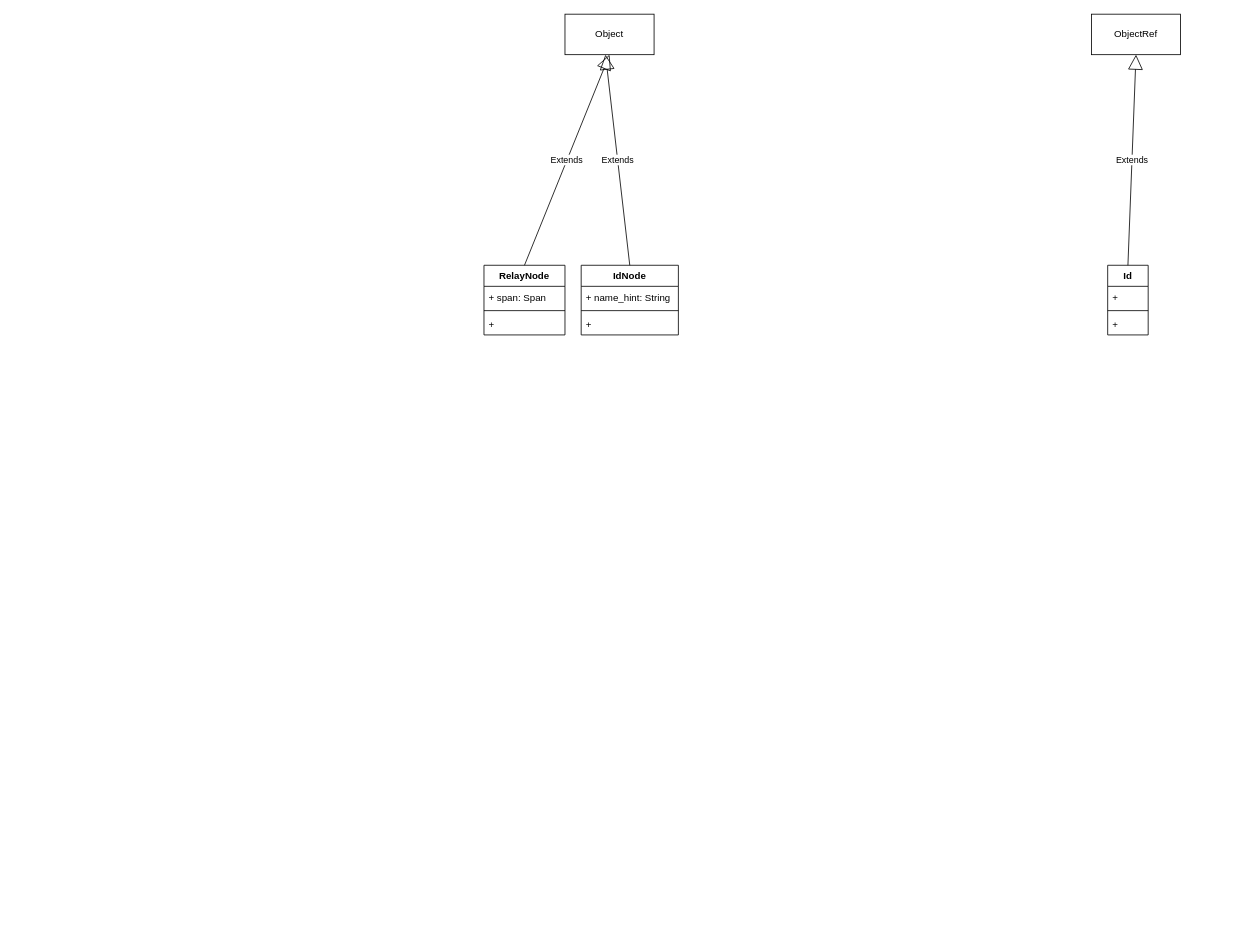
Earlier version of the draw.io diagram page "base" (2 of 2) of relay.drawio (gdhzyz/draws). Source tidied: cells renumbered, new cells numbered last; positions are measured from the earlier drawing's top-left corner, leaving out a move shared by most shapes. Both pictures are drawn from the tidied source at 81%, with x=0, y=0 at pixel (484, 14).
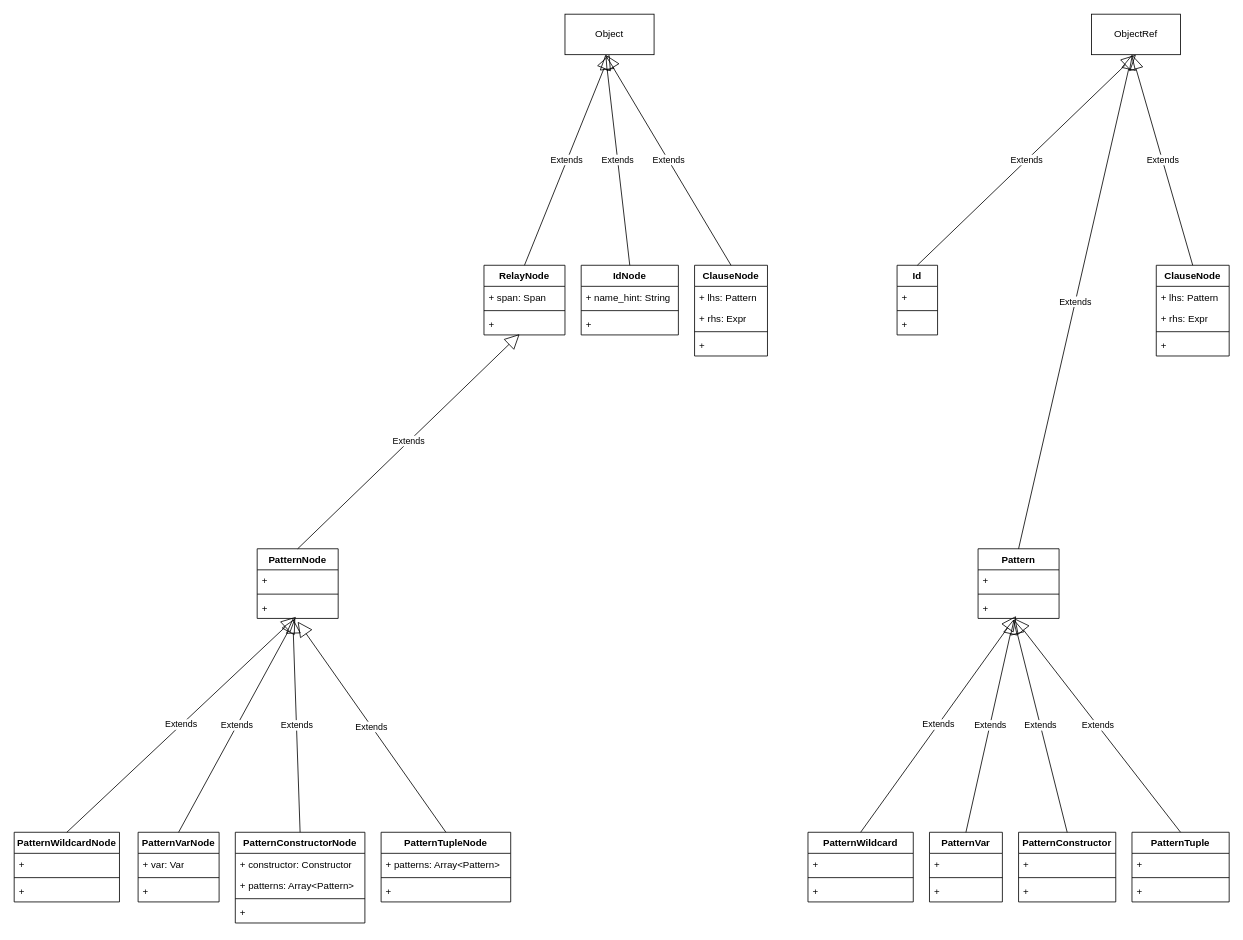
Above is the later version.

The change refers to these unchanged cells:
```xml
<mxCell id="6" value="+&amp;nbsp;" style="text;strokeColor=none;fillColor=none;align=left;verticalAlign=top;spacingLeft=4;spacingRight=4;overflow=hidden;points=[[0,0.5],[1,0.5]];portConstraint=eastwest;whiteSpace=wrap;html=1;" parent="3" vertex="1">
  <mxGeometry y="60" width="100" height="26" as="geometry" />
</mxCell>
```

Diff of the diagram source:
```diff
@@
     <mxCell id="12" value="Id" style="swimlane;fontStyle=1;align=center;verticalAlign=top;horizontal=1;startSize=26;whiteSpace=wrap;html=1;" parent="1" vertex="1">
-      <mxGeometry x="770" y="310" width="50" height="86" as="geometry" />
+      <mxGeometry x="510" y="310" width="50" height="86" as="geometry" />
     </mxCell>
@@
+    <mxCell id="19" value="PatternNode" style="swimlane;fontStyle=1;align=center;verticalAlign=top;horizontal=1;startSize=26;whiteSpace=wrap;html=1;" parent="1" vertex="1">
+      <mxGeometry x="-280" y="660" width="100" height="86" as="geometry" />
+    </mxCell>
+    <mxCell id="20" value="+&amp;nbsp;" style="text;strokeColor=none;fillColor=none;align=left;verticalAlign=top;spacingLeft=4;spacingRight=4;overflow=hidden;whiteSpace=wrap;html=1;" parent="19" vertex="1">
+      <mxGeometry y="26" width="100" height="26" as="geometry" />
+    </mxCell>
+    <mxCell id="21" style="line;strokeWidth=1;fillColor=none;align=left;verticalAlign=middle;spacingTop=-1;spacingLeft=3;spacingRight=3;labelPosition=right;strokeColor=inherit;" parent="19" vertex="1">
+      <mxGeometry y="52" width="100" height="8" as="geometry" />
+    </mxCell>
+    <mxCell id="22" value="+&amp;nbsp;" style="text;strokeColor=none;fillColor=none;align=left;verticalAlign=top;spacingLeft=4;spacingRight=4;overflow=hidden;points=[[0,0.5],[1,0.5]];portConstraint=eastwest;whiteSpace=wrap;html=1;" parent="19" vertex="1">
+      <mxGeometry y="60" width="100" height="26" as="geometry" />
+    </mxCell>
+    <mxCell id="23" value="Pattern" style="swimlane;fontStyle=1;align=center;verticalAlign=top;horizontal=1;startSize=26;whiteSpace=wrap;html=1;" parent="1" vertex="1">
+      <mxGeometry x="610" y="660" width="100" height="86" as="geometry" />
+    </mxCell>
+    <mxCell id="24" value="+&amp;nbsp;" style="text;strokeColor=none;fillColor=none;align=left;verticalAlign=top;spacingLeft=4;spacingRight=4;overflow=hidden;whiteSpace=wrap;html=1;" parent="23" vertex="1">
+      <mxGeometry y="26" width="100" height="26" as="geometry" />
+    </mxCell>
+    <mxCell id="25" style="line;strokeWidth=1;fillColor=none;align=left;verticalAlign=middle;spacingTop=-1;spacingLeft=3;spacingRight=3;labelPosition=right;strokeColor=inherit;" parent="23" vertex="1">
+      <mxGeometry y="52" width="100" height="8" as="geometry" />
+    </mxCell>
+    <mxCell id="26" value="+&amp;nbsp;" style="text;strokeColor=none;fillColor=none;align=left;verticalAlign=top;spacingLeft=4;spacingRight=4;overflow=hidden;points=[[0,0.5],[1,0.5]];portConstraint=eastwest;whiteSpace=wrap;html=1;" parent="23" vertex="1">
+      <mxGeometry y="60" width="100" height="26" as="geometry" />
+    </mxCell>
+    <mxCell id="27" value="Extends" style="endArrow=block;endSize=16;endFill=0;html=1;rounded=0;exitX=0.5;exitY=0;exitDx=0;exitDy=0;entryX=0.44;entryY=0.962;entryDx=0;entryDy=0;entryPerimeter=0;" parent="1" edge="1" source="19" target="6">
+      <mxGeometry relative="1" as="geometry" />
+    </mxCell>
+    <mxCell id="28" value="Extends" style="endArrow=block;endSize=16;endFill=0;html=1;rounded=0;exitX=0.5;exitY=0;exitDx=0;exitDy=0;" parent="1" edge="1" source="23">
+      <mxGeometry relative="1" as="geometry">
+        <mxPoint x="800" y="50" as="targetPoint" />
+      </mxGeometry>
+    </mxCell>
+    <mxCell id="29" value="PatternWildcardNode" style="swimlane;fontStyle=1;align=center;verticalAlign=top;horizontal=1;startSize=26;whiteSpace=wrap;html=1;" parent="1" vertex="1">
+      <mxGeometry x="-580" y="1010" width="130" height="86" as="geometry" />
+    </mxCell>
+    <mxCell id="30" value="+&amp;nbsp;" style="text;strokeColor=none;fillColor=none;align=left;verticalAlign=top;spacingLeft=4;spacingRight=4;overflow=hidden;whiteSpace=wrap;html=1;" parent="29" vertex="1">
+      <mxGeometry y="26" width="130" height="26" as="geometry" />
+    </mxCell>
+    <mxCell id="31" style="line;strokeWidth=1;fillColor=none;align=left;verticalAlign=middle;spacingTop=-1;spacingLeft=3;spacingRight=3;labelPosition=right;strokeColor=inherit;" parent="29" vertex="1">
+      <mxGeometry y="52" width="130" height="8" as="geometry" />
+    </mxCell>
+    <mxCell id="32" value="+&amp;nbsp;" style="text;strokeColor=none;fillColor=none;align=left;verticalAlign=top;spacingLeft=4;spacingRight=4;overflow=hidden;whiteSpace=wrap;html=1;" parent="29" vertex="1">
+      <mxGeometry y="60" width="130" height="26" as="geometry" />
+    </mxCell>
+    <mxCell id="33" value="Extends" style="endArrow=block;endSize=16;endFill=0;html=1;rounded=0;exitX=0.5;exitY=0;exitDx=0;exitDy=0;entryX=0.48;entryY=0.923;entryDx=0;entryDy=0;entryPerimeter=0;" parent="1" edge="1" source="29" target="22">
+      <mxGeometry relative="1" as="geometry" />
+    </mxCell>
+    <mxCell id="34" value="PatternWildcard" style="swimlane;fontStyle=1;align=center;verticalAlign=top;horizontal=1;startSize=26;whiteSpace=wrap;html=1;" parent="1" vertex="1">
+      <mxGeometry x="400" y="1010" width="130" height="86" as="geometry" />
+    </mxCell>
+    <mxCell id="35" value="+&amp;nbsp;" style="text;strokeColor=none;fillColor=none;align=left;verticalAlign=top;spacingLeft=4;spacingRight=4;overflow=hidden;whiteSpace=wrap;html=1;" parent="34" vertex="1">
+      <mxGeometry y="26" width="130" height="26" as="geometry" />
+    </mxCell>
+    <mxCell id="36" style="line;strokeWidth=1;fillColor=none;align=left;verticalAlign=middle;spacingTop=-1;spacingLeft=3;spacingRight=3;labelPosition=right;strokeColor=inherit;" parent="34" vertex="1">
+      <mxGeometry y="52" width="130" height="8" as="geometry" />
+    </mxCell>
+    <mxCell id="37" value="+&amp;nbsp;" style="text;strokeColor=none;fillColor=none;align=left;verticalAlign=top;spacingLeft=4;spacingRight=4;overflow=hidden;whiteSpace=wrap;html=1;" parent="34" vertex="1">
+      <mxGeometry y="60" width="130" height="26" as="geometry" />
+    </mxCell>
+    <mxCell id="38" value="PatternVarNode" style="swimlane;fontStyle=1;align=center;verticalAlign=top;horizontal=1;startSize=26;whiteSpace=wrap;html=1;" parent="1" vertex="1">
+      <mxGeometry x="-427" y="1010" width="100" height="86" as="geometry" />
+    </mxCell>
+    <mxCell id="39" value="+ var: Var" style="text;strokeColor=none;fillColor=none;align=left;verticalAlign=top;spacingLeft=4;spacingRight=4;overflow=hidden;whiteSpace=wrap;html=1;" parent="38" vertex="1">
+      <mxGeometry y="26" width="100" height="26" as="geometry" />
+    </mxCell>
+    <mxCell id="40" style="line;strokeWidth=1;fillColor=none;align=left;verticalAlign=middle;spacingTop=-1;spacingLeft=3;spacingRight=3;labelPosition=right;strokeColor=inherit;" parent="38" vertex="1">
+      <mxGeometry y="52" width="100" height="8" as="geometry" />
+    </mxCell>
+    <mxCell id="41" value="+&amp;nbsp;" style="text;strokeColor=none;fillColor=none;align=left;verticalAlign=top;spacingLeft=4;spacingRight=4;overflow=hidden;whiteSpace=wrap;html=1;" parent="38" vertex="1">
+      <mxGeometry y="60" width="100" height="26" as="geometry" />
+    </mxCell>
+    <mxCell id="42" value="Extends" style="endArrow=block;endSize=16;endFill=0;html=1;rounded=0;exitX=0.5;exitY=0;exitDx=0;exitDy=0;entryX=0.47;entryY=1;entryDx=0;entryDy=0;entryPerimeter=0;" parent="1" edge="1" source="38" target="22">
+      <mxGeometry relative="1" as="geometry" />
+    </mxCell>
+    <mxCell id="43" value="PatternVar" style="swimlane;fontStyle=1;align=center;verticalAlign=top;horizontal=1;startSize=26;whiteSpace=wrap;html=1;" parent="1" vertex="1">
+      <mxGeometry x="550" y="1010" width="90" height="86" as="geometry" />
+    </mxCell>
+    <mxCell id="44" value="+&amp;nbsp;" style="text;strokeColor=none;fillColor=none;align=left;verticalAlign=top;spacingLeft=4;spacingRight=4;overflow=hidden;whiteSpace=wrap;html=1;" parent="43" vertex="1">
+      <mxGeometry y="26" width="90" height="26" as="geometry" />
+    </mxCell>
+    <mxCell id="45" style="line;strokeWidth=1;fillColor=none;align=left;verticalAlign=middle;spacingTop=-1;spacingLeft=3;spacingRight=3;labelPosition=right;strokeColor=inherit;" parent="43" vertex="1">
+      <mxGeometry y="52" width="90" height="8" as="geometry" />
+    </mxCell>
+    <mxCell id="46" value="+&amp;nbsp;" style="text;strokeColor=none;fillColor=none;align=left;verticalAlign=top;spacingLeft=4;spacingRight=4;overflow=hidden;whiteSpace=wrap;html=1;" parent="43" vertex="1">
+      <mxGeometry y="60" width="90" height="26" as="geometry" />
+    </mxCell>
+    <mxCell id="47" value="PatternConstructorNode" style="swimlane;fontStyle=1;align=center;verticalAlign=top;horizontal=1;startSize=26;whiteSpace=wrap;html=1;" parent="1" vertex="1">
+      <mxGeometry x="-307" y="1010" width="160" height="112" as="geometry" />
+    </mxCell>
+    <mxCell id="48" value="+ constructor: Constructor" style="text;strokeColor=none;fillColor=none;align=left;verticalAlign=top;spacingLeft=4;spacingRight=4;overflow=hidden;whiteSpace=wrap;html=1;" parent="47" vertex="1">
+      <mxGeometry y="26" width="160" height="26" as="geometry" />
+    </mxCell>
+    <mxCell id="49" value="+ patterns: Array&amp;lt;Pattern&amp;gt;" style="text;strokeColor=none;fillColor=none;align=left;verticalAlign=top;spacingLeft=4;spacingRight=4;overflow=hidden;whiteSpace=wrap;html=1;" parent="47" vertex="1">
+      <mxGeometry y="52" width="160" height="26" as="geometry" />
+    </mxCell>
+    <mxCell id="50" style="line;strokeWidth=1;fillColor=none;align=left;verticalAlign=middle;spacingTop=-1;spacingLeft=3;spacingRight=3;labelPosition=right;strokeColor=inherit;" parent="47" vertex="1">
+      <mxGeometry y="78" width="160" height="8" as="geometry" />
+    </mxCell>
+    <mxCell id="51" value="+&amp;nbsp;" style="text;strokeColor=none;fillColor=none;align=left;verticalAlign=top;spacingLeft=4;spacingRight=4;overflow=hidden;whiteSpace=wrap;html=1;" parent="47" vertex="1">
+      <mxGeometry y="86" width="160" height="26" as="geometry" />
+    </mxCell>
+    <mxCell id="52" value="PatternConstructor" style="swimlane;fontStyle=1;align=center;verticalAlign=top;horizontal=1;startSize=26;whiteSpace=wrap;html=1;" parent="1" vertex="1">
+      <mxGeometry x="660" y="1010" width="120" height="86" as="geometry" />
+    </mxCell>
+    <mxCell id="53" value="+&amp;nbsp;" style="text;strokeColor=none;fillColor=none;align=left;verticalAlign=top;spacingLeft=4;spacingRight=4;overflow=hidden;whiteSpace=wrap;html=1;" parent="52" vertex="1">
+      <mxGeometry y="26" width="120" height="26" as="geometry" />
+    </mxCell>
+    <mxCell id="54" style="line;strokeWidth=1;fillColor=none;align=left;verticalAlign=middle;spacingTop=-1;spacingLeft=3;spacingRight=3;labelPosition=right;strokeColor=inherit;" parent="52" vertex="1">
+      <mxGeometry y="52" width="120" height="8" as="geometry" />
+    </mxCell>
+    <mxCell id="55" value="+&amp;nbsp;" style="text;strokeColor=none;fillColor=none;align=left;verticalAlign=top;spacingLeft=4;spacingRight=4;overflow=hidden;whiteSpace=wrap;html=1;" parent="52" vertex="1">
+      <mxGeometry y="60" width="120" height="26" as="geometry" />
+    </mxCell>
+    <mxCell id="56" value="PatternTupleNode" style="swimlane;fontStyle=1;align=center;verticalAlign=top;horizontal=1;startSize=26;whiteSpace=wrap;html=1;" parent="1" vertex="1">
+      <mxGeometry x="-127" y="1010" width="160" height="86" as="geometry" />
+    </mxCell>
+    <mxCell id="57" value="+ patterns: Array&amp;lt;Pattern&amp;gt;" style="text;strokeColor=none;fillColor=none;align=left;verticalAlign=top;spacingLeft=4;spacingRight=4;overflow=hidden;whiteSpace=wrap;html=1;" parent="56" vertex="1">
+      <mxGeometry y="26" width="160" height="26" as="geometry" />
+    </mxCell>
+    <mxCell id="58" style="line;strokeWidth=1;fillColor=none;align=left;verticalAlign=middle;spacingTop=-1;spacingLeft=3;spacingRight=3;labelPosition=right;strokeColor=inherit;" parent="56" vertex="1">
+      <mxGeometry y="52" width="160" height="8" as="geometry" />
+    </mxCell>
+    <mxCell id="59" value="+&amp;nbsp;" style="text;strokeColor=none;fillColor=none;align=left;verticalAlign=top;spacingLeft=4;spacingRight=4;overflow=hidden;whiteSpace=wrap;html=1;" parent="56" vertex="1">
+      <mxGeometry y="60" width="160" height="26" as="geometry" />
+    </mxCell>
+    <mxCell id="60" value="PatternTuple" style="swimlane;fontStyle=1;align=center;verticalAlign=top;horizontal=1;startSize=26;whiteSpace=wrap;html=1;" parent="1" vertex="1">
+      <mxGeometry x="800" y="1010" width="120" height="86" as="geometry" />
+    </mxCell>
+    <mxCell id="61" value="+&amp;nbsp;" style="text;strokeColor=none;fillColor=none;align=left;verticalAlign=top;spacingLeft=4;spacingRight=4;overflow=hidden;whiteSpace=wrap;html=1;" parent="60" vertex="1">
+      <mxGeometry y="26" width="120" height="26" as="geometry" />
+    </mxCell>
+    <mxCell id="62" style="line;strokeWidth=1;fillColor=none;align=left;verticalAlign=middle;spacingTop=-1;spacingLeft=3;spacingRight=3;labelPosition=right;strokeColor=inherit;" parent="60" vertex="1">
+      <mxGeometry y="52" width="120" height="8" as="geometry" />
+    </mxCell>
+    <mxCell id="63" value="+&amp;nbsp;" style="text;strokeColor=none;fillColor=none;align=left;verticalAlign=top;spacingLeft=4;spacingRight=4;overflow=hidden;whiteSpace=wrap;html=1;" parent="60" vertex="1">
+      <mxGeometry y="60" width="120" height="26" as="geometry" />
+    </mxCell>
+    <mxCell id="64" value="ClauseNode" style="swimlane;fontStyle=1;align=center;verticalAlign=top;horizontal=1;startSize=26;whiteSpace=wrap;html=1;" parent="1" vertex="1">
+      <mxGeometry x="260" y="310" width="90" height="112" as="geometry" />
+    </mxCell>
+    <mxCell id="65" value="+ lhs: Pattern" style="text;strokeColor=none;fillColor=none;align=left;verticalAlign=top;spacingLeft=4;spacingRight=4;overflow=hidden;whiteSpace=wrap;html=1;" parent="64" vertex="1">
+      <mxGeometry y="26" width="90" height="26" as="geometry" />
+    </mxCell>
+    <mxCell id="66" value="+ rhs: Expr" style="text;strokeColor=none;fillColor=none;align=left;verticalAlign=top;spacingLeft=4;spacingRight=4;overflow=hidden;whiteSpace=wrap;html=1;" parent="64" vertex="1">
+      <mxGeometry y="52" width="90" height="26" as="geometry" />
+    </mxCell>
+    <mxCell id="67" style="line;strokeWidth=1;fillColor=none;align=left;verticalAlign=middle;spacingTop=-1;spacingLeft=3;spacingRight=3;labelPosition=right;strokeColor=inherit;" parent="64" vertex="1">
+      <mxGeometry y="78" width="90" height="8" as="geometry" />
+    </mxCell>
+    <mxCell id="68" value="+&amp;nbsp;" style="text;strokeColor=none;fillColor=none;align=left;verticalAlign=top;spacingLeft=4;spacingRight=4;overflow=hidden;whiteSpace=wrap;html=1;" parent="64" vertex="1">
+      <mxGeometry y="86" width="90" height="26" as="geometry" />
+    </mxCell>
+    <mxCell id="69" value="ClauseNode" style="swimlane;fontStyle=1;align=center;verticalAlign=top;horizontal=1;startSize=26;whiteSpace=wrap;html=1;" parent="1" vertex="1">
+      <mxGeometry x="830" y="310" width="90" height="112" as="geometry" />
+    </mxCell>
+    <mxCell id="70" value="+ lhs: Pattern" style="text;strokeColor=none;fillColor=none;align=left;verticalAlign=top;spacingLeft=4;spacingRight=4;overflow=hidden;whiteSpace=wrap;html=1;" parent="69" vertex="1">
+      <mxGeometry y="26" width="90" height="26" as="geometry" />
+    </mxCell>
+    <mxCell id="71" value="+ rhs: Expr" style="text;strokeColor=none;fillColor=none;align=left;verticalAlign=top;spacingLeft=4;spacingRight=4;overflow=hidden;whiteSpace=wrap;html=1;" parent="69" vertex="1">
+      <mxGeometry y="52" width="90" height="26" as="geometry" />
+    </mxCell>
+    <mxCell id="72" style="line;strokeWidth=1;fillColor=none;align=left;verticalAlign=middle;spacingTop=-1;spacingLeft=3;spacingRight=3;labelPosition=right;strokeColor=inherit;" parent="69" vertex="1">
+      <mxGeometry y="78" width="90" height="8" as="geometry" />
+    </mxCell>
+    <mxCell id="73" value="+&amp;nbsp;" style="text;strokeColor=none;fillColor=none;align=left;verticalAlign=top;spacingLeft=4;spacingRight=4;overflow=hidden;whiteSpace=wrap;html=1;" parent="69" vertex="1">
+      <mxGeometry y="86" width="90" height="26" as="geometry" />
+    </mxCell>
+    <mxCell id="74" value="Extends" style="endArrow=block;endSize=16;endFill=0;html=1;rounded=0;exitX=0.5;exitY=0;exitDx=0;exitDy=0;entryX=0.44;entryY=1;entryDx=0;entryDy=0;entryPerimeter=0;" parent="1" edge="1" source="47" target="22">
+      <mxGeometry relative="1" as="geometry" />
+    </mxCell>
+    <mxCell id="75" value="Extends" style="endArrow=block;endSize=16;endFill=0;html=1;rounded=0;exitX=0.5;exitY=0;exitDx=0;exitDy=0;" parent="1" edge="1" source="56">
+      <mxGeometry relative="1" as="geometry">
+        <mxPoint x="-230" y="750" as="targetPoint" />
+      </mxGeometry>
+    </mxCell>
+    <mxCell id="76" value="Extends" style="endArrow=block;endSize=16;endFill=0;html=1;rounded=0;exitX=0.5;exitY=0;exitDx=0;exitDy=0;entryX=0.47;entryY=0.885;entryDx=0;entryDy=0;entryPerimeter=0;" parent="1" edge="1" source="34" target="26">
+      <mxGeometry relative="1" as="geometry" />
+    </mxCell>
+    <mxCell id="77" value="Extends" style="endArrow=block;endSize=16;endFill=0;html=1;rounded=0;exitX=0.5;exitY=0;exitDx=0;exitDy=0;entryX=0.44;entryY=1.038;entryDx=0;entryDy=0;entryPerimeter=0;" parent="1" edge="1" source="43" target="26">
+      <mxGeometry relative="1" as="geometry" />
+    </mxCell>
+    <mxCell id="78" value="Extends" style="endArrow=block;endSize=16;endFill=0;html=1;rounded=0;exitX=0.5;exitY=0;exitDx=0;exitDy=0;entryX=0.44;entryY=1.038;entryDx=0;entryDy=0;entryPerimeter=0;" parent="1" edge="1" source="52" target="26">
+      <mxGeometry relative="1" as="geometry" />
+    </mxCell>
+    <mxCell id="79" value="Extends" style="endArrow=block;endSize=16;endFill=0;html=1;rounded=0;exitX=0.5;exitY=0;exitDx=0;exitDy=0;entryX=0.45;entryY=1;entryDx=0;entryDy=0;entryPerimeter=0;" parent="1" edge="1" source="60" target="26">
+      <mxGeometry relative="1" as="geometry" />
+    </mxCell>
+    <mxCell id="80" value="Extends" style="endArrow=block;endSize=16;endFill=0;html=1;rounded=0;exitX=0.5;exitY=0;exitDx=0;exitDy=0;" parent="1" edge="1" source="64">
+      <mxGeometry relative="1" as="geometry">
+        <mxPoint x="150" y="50" as="targetPoint" />
+      </mxGeometry>
+    </mxCell>
+    <mxCell id="81" value="Extends" style="endArrow=block;endSize=16;endFill=0;html=1;rounded=0;exitX=0.5;exitY=0;exitDx=0;exitDy=0;" parent="1" edge="1" source="69">
+      <mxGeometry relative="1" as="geometry">
+        <mxPoint x="800" y="50" as="targetPoint" />
+      </mxGeometry>
+    </mxCell>
```
